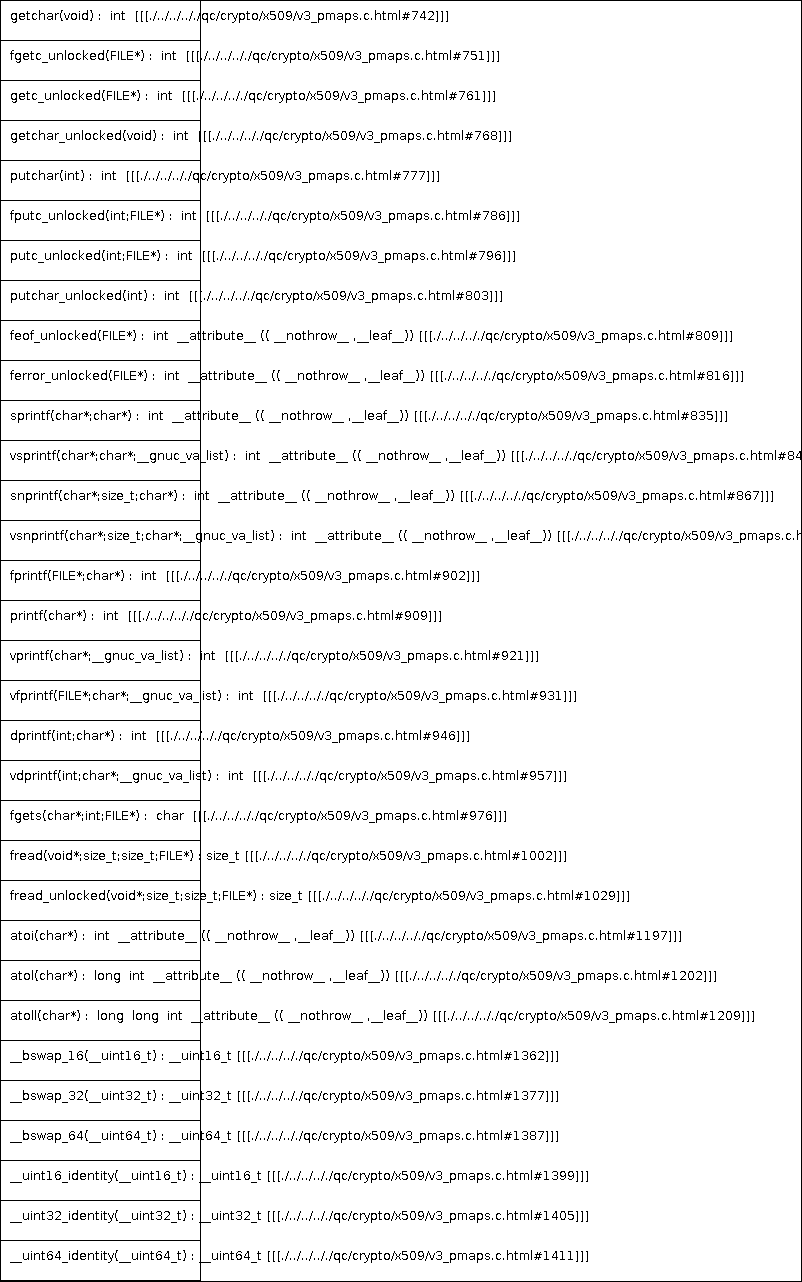
Above: docs/qc/crypto/x509/v3_pmaps.c.png in qualitesys/openssl (PlantUML), before the change. Its source is kept beside it as docs/qc/crypto/x509/v3_pmaps.c.puml. Its diagram source:
```plantuml
@startuml
!pragma layout smetana
class dummy {
getchar(void) :  int  [[[./../../.././qc/crypto/x509/v3_pmaps.c.html#742]]]
fgetc_unlocked(FILE*) :  int  [[[./../../.././qc/crypto/x509/v3_pmaps.c.html#751]]]
getc_unlocked(FILE*) :  int  [[[./../../.././qc/crypto/x509/v3_pmaps.c.html#761]]]
getchar_unlocked(void) :  int  [[[./../../.././qc/crypto/x509/v3_pmaps.c.html#768]]]
putchar(int) :  int  [[[./../../.././qc/crypto/x509/v3_pmaps.c.html#777]]]
fputc_unlocked(int;FILE*) :  int  [[[./../../.././qc/crypto/x509/v3_pmaps.c.html#786]]]
putc_unlocked(int;FILE*) :  int  [[[./../../.././qc/crypto/x509/v3_pmaps.c.html#796]]]
putchar_unlocked(int) :  int  [[[./../../.././qc/crypto/x509/v3_pmaps.c.html#803]]]
feof_unlocked(FILE*) :  int  __attribute__ (( __nothrow__ ,__leaf__)) [[[./../../.././qc/crypto/x509/v3_pmaps.c.html#809]]]
ferror_unlocked(FILE*) :  int  __attribute__ (( __nothrow__ ,__leaf__)) [[[./../../.././qc/crypto/x509/v3_pmaps.c.html#816]]]
sprintf(char*;char*) :  int  __attribute__ (( __nothrow__ ,__leaf__)) [[[./../../.././qc/crypto/x509/v3_pmaps.c.html#835]]]
vsprintf(char*;char*;__gnuc_va_list) :  int  __attribute__ (( __nothrow__ ,__leaf__)) [[[./../../.././qc/crypto/x509/v3_pmaps.c.html#848]]]
snprintf(char*;size_t;char*) :  int  __attribute__ (( __nothrow__ ,__leaf__)) [[[./../../.././qc/crypto/x509/v3_pmaps.c.html#867]]]
vsnprintf(char*;size_t;char*;__gnuc_va_list) :  int  __attribute__ (( __nothrow__ ,__leaf__)) [[[./../../.././qc/crypto/x509/v3_pmaps.c.html#881]]]
fprintf(FILE*;char*) :  int  [[[./../../.././qc/crypto/x509/v3_pmaps.c.html#902]]]
printf(char*) :  int  [[[./../../.././qc/crypto/x509/v3_pmaps.c.html#909]]]
vprintf(char*;__gnuc_va_list) :  int  [[[./../../.././qc/crypto/x509/v3_pmaps.c.html#921]]]
vfprintf(FILE*;char*;__gnuc_va_list) :  int  [[[./../../.././qc/crypto/x509/v3_pmaps.c.html#931]]]
dprintf(int;char*) :  int  [[[./../../.././qc/crypto/x509/v3_pmaps.c.html#946]]]
vdprintf(int;char*;__gnuc_va_list) :  int  [[[./../../.././qc/crypto/x509/v3_pmaps.c.html#957]]]
fgets(char*;int;FILE*) :  char  [[[./../../.././qc/crypto/x509/v3_pmaps.c.html#976]]]
fread(void*;size_t;size_t;FILE*) : size_t [[[./../../.././qc/crypto/x509/v3_pmaps.c.html#1002]]]
fread_unlocked(void*;size_t;size_t;FILE*) : size_t [[[./../../.././qc/crypto/x509/v3_pmaps.c.html#1029]]]
atoi(char*) :  int  __attribute__ (( __nothrow__ ,__leaf__)) [[[./../../.././qc/crypto/x509/v3_pmaps.c.html#1197]]]
atol(char*) :  long  int  __attribute__ (( __nothrow__ ,__leaf__)) [[[./../../.././qc/crypto/x509/v3_pmaps.c.html#1202]]]
atoll(char*) :  long  long  int  __attribute__ (( __nothrow__ ,__leaf__)) [[[./../../.././qc/crypto/x509/v3_pmaps.c.html#1209]]]
__bswap_16(__uint16_t) : __uint16_t [[[./../../.././qc/crypto/x509/v3_pmaps.c.html#1362]]]
__bswap_32(__uint32_t) : __uint32_t [[[./../../.././qc/crypto/x509/v3_pmaps.c.html#1377]]]
__bswap_64(__uint64_t) : __uint64_t [[[./../../.././qc/crypto/x509/v3_pmaps.c.html#1387]]]
__uint16_identity(__uint16_t) : __uint16_t [[[./../../.././qc/crypto/x509/v3_pmaps.c.html#1399]]]
__uint32_identity(__uint32_t) : __uint32_t [[[./../../.././qc/crypto/x509/v3_pmaps.c.html#1405]]]
__uint64_identity(__uint64_t) : __uint64_t [[[./../../.././qc/crypto/x509/v3_pmaps.c.html#1411]]]
}
@enduml
```
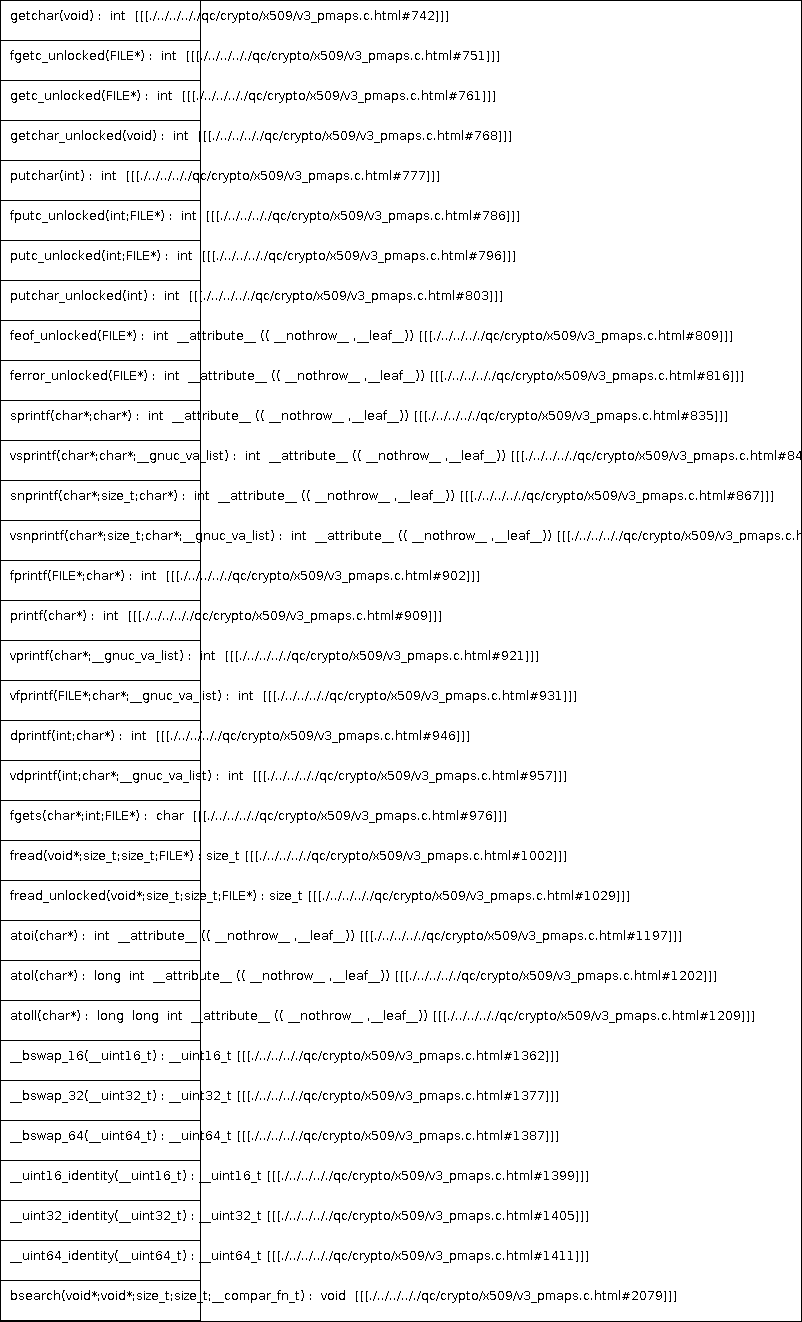
After the commit.

Diff of the diagram source:
```diff
@@ -33,5 +33,6 @@
 __uint16_identity(__uint16_t) : __uint16_t [[[./../../.././qc/crypto/x509/v3_pmaps.c.html#1399]]]
 __uint32_identity(__uint32_t) : __uint32_t [[[./../../.././qc/crypto/x509/v3_pmaps.c.html#1405]]]
 __uint64_identity(__uint64_t) : __uint64_t [[[./../../.././qc/crypto/x509/v3_pmaps.c.html#1411]]]
+bsearch(void*;void*;size_t;size_t;__compar_fn_t) :  void  [[[./../../.././qc/crypto/x509/v3_pmaps.c.html#2079]]]
 }
 @enduml
```
